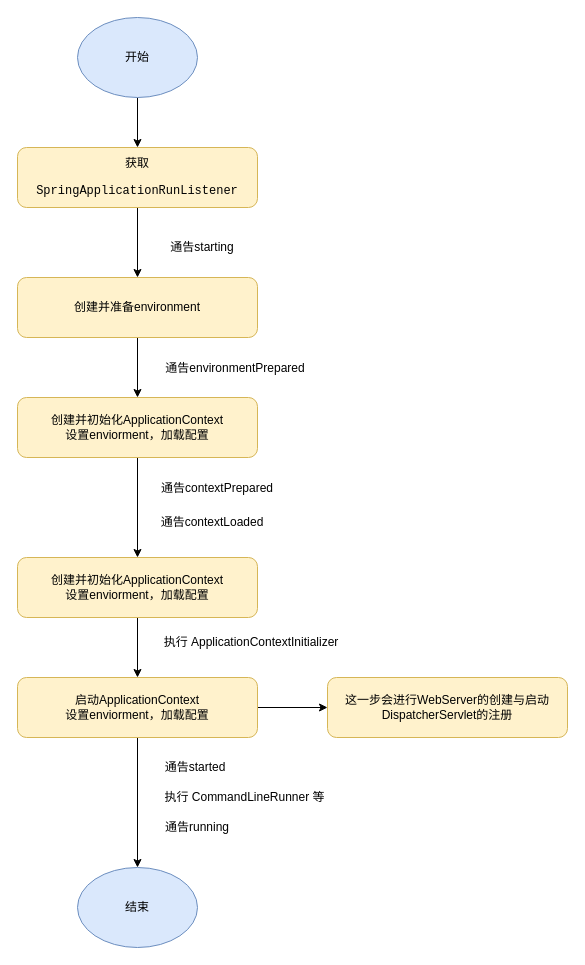
Above: spring/spring boot启动-2.drawio in erlieStar/diagrams (draw.io), before the change. Source tidied: cells renumbered, new cells numbered last; positions are measured from the earlier drawing's top-left corner, leaving out a move shared by most shapes. Both pictures are drawn from the tidied source at 100%, with x=0, y=0 at pixel (17, 17).
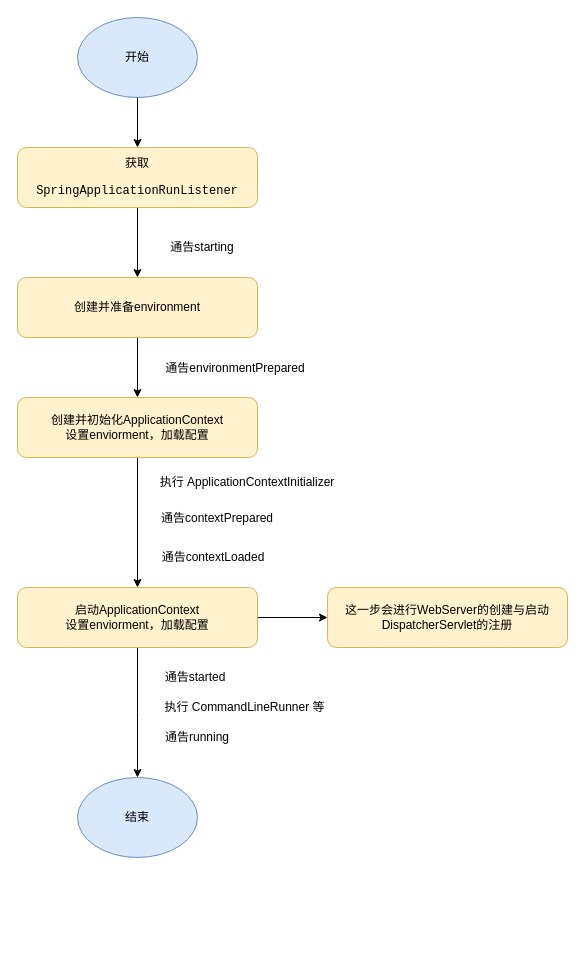
The same diagram, later.

Unchanged cells that the change refers to:
```xml
<mxCell id="8" value="创建并初始化ApplicationContext&lt;br&gt;设置enviorment，加载配置" style="rounded=1;whiteSpace=wrap;html=1;fillColor=#fff2cc;strokeColor=#d6b656;" parent="1" vertex="1">
  <mxGeometry y="380" width="240" height="60" as="geometry" />
</mxCell>
```

What changed in the source:
```diff
@@
-    <mxCell id="7" style="edgeStyle=orthogonalEdgeStyle;rounded=0;jettySize=auto;html=1;" parent="1" edge="1" source="8" target="10">
+    <mxCell id="7" style="edgeStyle=orthogonalEdgeStyle;rounded=0;jettySize=auto;html=1;entryX=0.5;entryY=0;entryDx=0;entryDy=0;" parent="1" edge="1" source="8" target="15">
       <mxGeometry relative="1" as="geometry" />
     </mxCell>
@@
-    <mxCell id="9" style="edgeStyle=orthogonalEdgeStyle;rounded=0;jettySize=auto;html=1;exitX=0.5;exitY=1;exitDx=0;exitDy=0;entryX=0.5;entryY=0;entryDx=0;entryDy=0;" parent="1" edge="1" source="10" target="15">
-      <mxGeometry relative="1" as="geometry" />
-    </mxCell>
-    <mxCell id="10" value="创建并初始化ApplicationContext&lt;br&gt;设置enviorment，加载配置" style="rounded=1;whiteSpace=wrap;html=1;fillColor=#fff2cc;strokeColor=#d6b656;" parent="1" vertex="1">
-      <mxGeometry y="540" width="240" height="60" as="geometry" />
-    </mxCell>
     <mxCell id="11" value="通告contextPrepared" style="text;html=1;strokeColor=none;fillColor=none;align=center;verticalAlign=middle;whiteSpace=wrap;rounded=0;" parent="1" vertex="1">
-      <mxGeometry x="130" y="470" width="140" as="geometry" />
+      <mxGeometry x="130" y="500" width="140" as="geometry" />
     </mxCell>
     <mxCell id="12" value="通告contextLoaded" style="text;html=1;strokeColor=none;fillColor=none;align=center;verticalAlign=middle;whiteSpace=wrap;rounded=0;" parent="1" vertex="1">
-      <mxGeometry x="125" y="495" width="140" height="20" as="geometry" />
+      <mxGeometry x="126" y="530" width="140" height="20" as="geometry" />
     </mxCell>
-    <mxCell id="13" style="edgeStyle=orthogonalEdgeStyle;rounded=0;jettySize=auto;html=1;entryX=0.5;entryY=0;entryDx=0;entryDy=0;" parent="1" edge="1" source="15" target="18">
-      <mxGeometry relative="1" as="geometry" />
+    <mxCell id="13" style="edgeStyle=orthogonalEdgeStyle;rounded=0;jettySize=auto;html=1;entryX=0.5;entryY=0;entryDx=0;entryDy=0;" parent="1" edge="1" source="15">
+      <mxGeometry relative="1" as="geometry">
+        <mxPoint x="120" y="760" as="targetPoint" />
+      </mxGeometry>
     </mxCell>
@@
     <mxCell id="15" value="启动ApplicationContext&lt;br&gt;设置enviorment，加载配置" style="rounded=1;whiteSpace=wrap;html=1;fillColor=#fff2cc;strokeColor=#d6b656;" parent="1" vertex="1">
-      <mxGeometry y="660" width="240" height="60" as="geometry" />
+      <mxGeometry y="570" width="240" height="60" as="geometry" />
     </mxCell>
@@
     <mxCell id="18" value="结束" style="ellipse;whiteSpace=wrap;html=1;fillColor=#dae8fc;strokeColor=#6c8ebf;" parent="1" vertex="1">
-      <mxGeometry x="60" y="850" width="120" height="80" as="geometry" />
+      <mxGeometry x="60" y="760" width="120" height="80" as="geometry" />
     </mxCell>
     <mxCell id="19" value="通告started" style="text;html=1;strokeColor=none;fillColor=none;align=center;verticalAlign=middle;whiteSpace=wrap;rounded=0;" parent="1" vertex="1">
-      <mxGeometry x="108" y="740" width="140" height="20" as="geometry" />
+      <mxGeometry x="108" y="650" width="140" height="20" as="geometry" />
     </mxCell>
     <mxCell id="20" value="执行&amp;nbsp;CommandLineRunner 等" style="text;html=1;strokeColor=none;fillColor=none;align=center;verticalAlign=middle;whiteSpace=wrap;rounded=0;" parent="1" vertex="1">
-      <mxGeometry x="130" y="770" width="195" height="20" as="geometry" />
+      <mxGeometry x="130" y="680" width="195" height="20" as="geometry" />
     </mxCell>
     <mxCell id="21" value="通告running" style="text;html=1;strokeColor=none;fillColor=none;align=center;verticalAlign=middle;whiteSpace=wrap;rounded=0;" parent="1" vertex="1">
-      <mxGeometry x="110" y="800" width="140" height="20" as="geometry" />
+      <mxGeometry x="110" y="710" width="140" height="20" as="geometry" />
     </mxCell>
@@
     <mxCell id="23" value="执行&amp;nbsp;ApplicationContextInitializer" style="text;html=1;strokeColor=none;fillColor=none;align=center;verticalAlign=middle;whiteSpace=wrap;rounded=0;" parent="1" vertex="1">
-      <mxGeometry x="134" y="620" width="200" height="10" as="geometry" />
+      <mxGeometry x="130" y="460" width="200" height="10" as="geometry" />
     </mxCell>
     <mxCell id="24" value="这一步会进行WebServer的创建与启动&lt;br&gt;DispatcherServlet的注册" style="rounded=1;whiteSpace=wrap;html=1;fillColor=#fff2cc;strokeColor=#d6b656;" parent="1" vertex="1">
-      <mxGeometry x="310" y="660" width="240" height="60" as="geometry" />
+      <mxGeometry x="310" y="570" width="240" height="60" as="geometry" />
     </mxCell>
```
